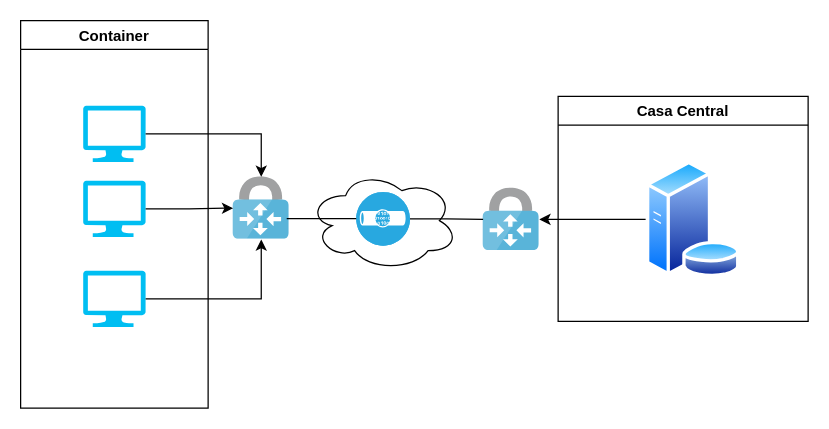
Earlier version of the draw.io diagram Diagramas/Diagrama de Comunicacion.drawio (fschwe/SeminarioPractica). Source tidied: cells renumbered, new cells numbered last; positions are measured from the earlier drawing's top-left corner, leaving out a move shared by most shapes. Both pictures are drawn from the tidied source at 125%, with x=0, y=0 at pixel (20, 20).
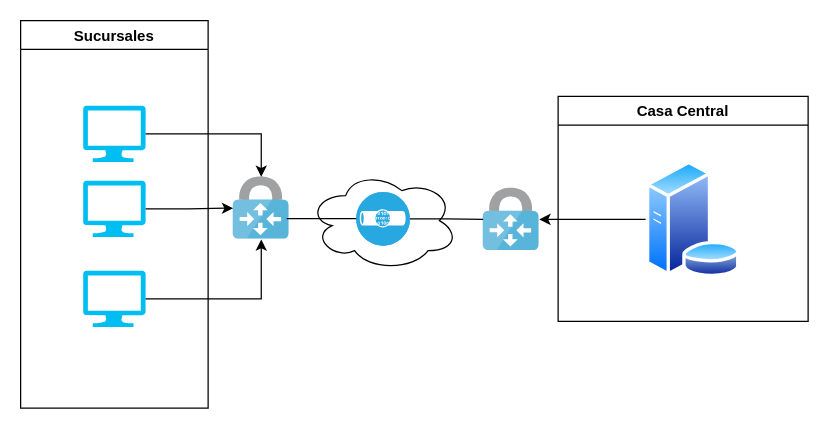
The same page after the edit.

The edit, as a diff of the source:
```diff
@@
 <mxGraphModel>
   <root>
     <mxCell id="0" />
     <mxCell id="1" parent="0" />
-    <mxCell id="2" value="Container" style="swimlane;" parent="1" vertex="1">
+    <mxCell id="2" value="Sucursales" style="swimlane;" parent="1" vertex="1">
       <mxGeometry width="150" height="310" as="geometry" />
     </mxCell>
     <mxCell id="3" style="verticalLabelPosition=bottom;html=1;verticalAlign=top;align=center;strokeColor=none;fillColor=#00BEF2;shape=mxgraph.azure.computer;" parent="2" vertex="1">
       <mxGeometry x="50" y="68" width="50" height="45" as="geometry" />
     </mxCell>
     <mxCell id="4" style="verticalLabelPosition=bottom;html=1;verticalAlign=top;align=center;strokeColor=none;fillColor=#00BEF2;shape=mxgraph.azure.computer;" parent="2" vertex="1">
       <mxGeometry x="50" y="128" width="50" height="45" as="geometry" />
     </mxCell>
     <mxCell id="5" style="verticalLabelPosition=bottom;html=1;verticalAlign=top;align=center;strokeColor=none;fillColor=#00BEF2;shape=mxgraph.azure.computer;" parent="2" vertex="1">
       <mxGeometry x="50" y="200" width="50" height="45" as="geometry" />
     </mxCell>
     <mxCell id="6" value="Casa Central" style="swimlane;" parent="1" vertex="1">
       <mxGeometry x="430" y="60.5" width="200" height="180" as="geometry" />
     </mxCell>
     <mxCell id="7" style="image;perimeter=ellipsePerimeter;html=1;align=center;shadow=0;dashed=0;spacingTop=3;image=img/lib/active_directory/database_server.svg;" parent="6" vertex="1">
       <mxGeometry x="70" y="52" width="76.3" height="93" as="geometry" />
     </mxCell>
     <mxCell id="8" style="ellipse;shape=cloud;whiteSpace=wrap;html=1;" parent="1" vertex="1">
       <mxGeometry x="230" y="120" width="120" height="80" as="geometry" />
     </mxCell>
     <mxCell id="9" style="image;sketch=0;html=1;points=[];align=center;fontSize=12;image=img/lib/mscae/VPN_Gateway.svg;" parent="1" vertex="1">
       <mxGeometry x="170" y="125" width="45" height="50" as="geometry" />
     </mxCell>
     <mxCell id="10" style="fillColor=#28A8E0;verticalLabelPosition=bottom;sketch=0;html=1;strokeColor=#ffffff;verticalAlign=top;align=center;points=[[0.145,0.145,0],[0.5,0,0],[0.855,0.145,0],[1,0.5,0],[0.855,0.855,0],[0.5,1,0],[0.145,0.855,0],[0,0.5,0]];shape=mxgraph.cisco_safe.compositeIcon;bgIcon=ellipse;resIcon=mxgraph.cisco_safe.capability.virtual_private_network;" parent="1" vertex="1">
       <mxGeometry x="268.5" y="137" width="43" height="43" as="geometry" />
     </mxCell>
     <mxCell id="11" style="image;sketch=0;html=1;points=[];align=center;fontSize=12;image=img/lib/mscae/VPN_Gateway.svg;" parent="1" vertex="1">
       <mxGeometry x="370" y="134" width="45" height="50" as="geometry" />
     </mxCell>
     <mxCell id="12" style="edgeStyle=orthogonalEdgeStyle;rounded=0;jettySize=auto;html=1;exitX=1;exitY=0.5;exitDx=0;exitDy=0;exitPerimeter=0;" parent="1" edge="1" source="3" target="9">
       <mxGeometry relative="1" as="geometry" />
     </mxCell>
     <mxCell id="13" style="edgeStyle=orthogonalEdgeStyle;rounded=0;jettySize=auto;html=1;" parent="1" edge="1" source="4" target="9">
       <mxGeometry relative="1" as="geometry" />
     </mxCell>
     <mxCell id="14" style="edgeStyle=orthogonalEdgeStyle;rounded=0;jettySize=auto;html=1;" parent="1" edge="1" source="5" target="9">
       <mxGeometry relative="1" as="geometry" />
     </mxCell>
     <mxCell id="15" style="edgeStyle=orthogonalEdgeStyle;rounded=0;jettySize=auto;html=1;exitX=0.953;exitY=0.669;exitDx=0;exitDy=0;exitPerimeter=0;endArrow=none;endFill=0;" parent="1" edge="1" source="9" target="10">
       <mxGeometry relative="1" as="geometry" />
     </mxCell>
     <mxCell id="16" style="edgeStyle=orthogonalEdgeStyle;rounded=0;jettySize=auto;html=1;exitX=1;exitY=0.5;exitDx=0;exitDy=0;exitPerimeter=0;endArrow=none;endFill=0;" parent="1" edge="1" source="10" target="11">
       <mxGeometry relative="1" as="geometry" />
     </mxCell>
     <mxCell id="17" style="edgeStyle=orthogonalEdgeStyle;rounded=0;jettySize=auto;html=1;" parent="1" edge="1" source="7" target="11">
       <mxGeometry relative="1" as="geometry" />
     </mxCell>
   </root>
 </mxGraphModel>
```
